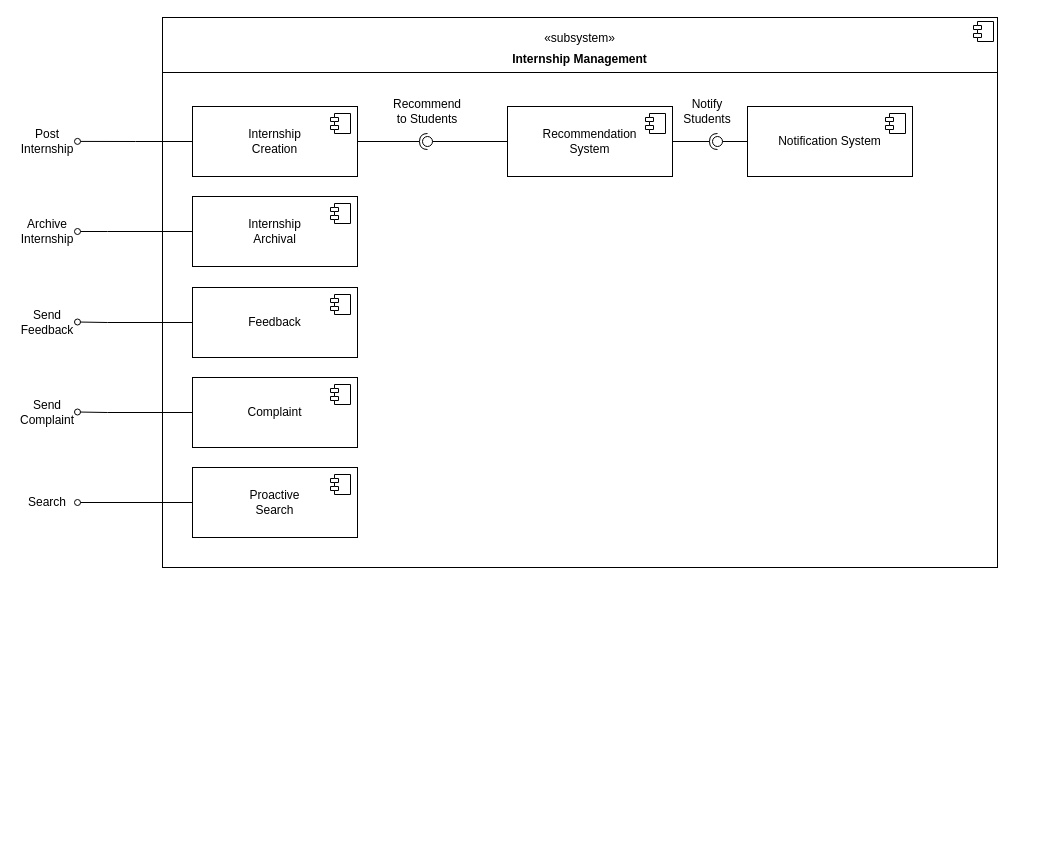
Before: DD/Misc/Component2.drawio in Zero3474/AlkhetiarBonardi, a draw.io diagram. Source tidied: cells renumbered, new cells numbered last; positions are measured from the earlier drawing's top-left corner, leaving out a move shared by most shapes. Both pictures are drawn from the tidied source at 100%, with x=0, y=0 at pixel (17, 17).
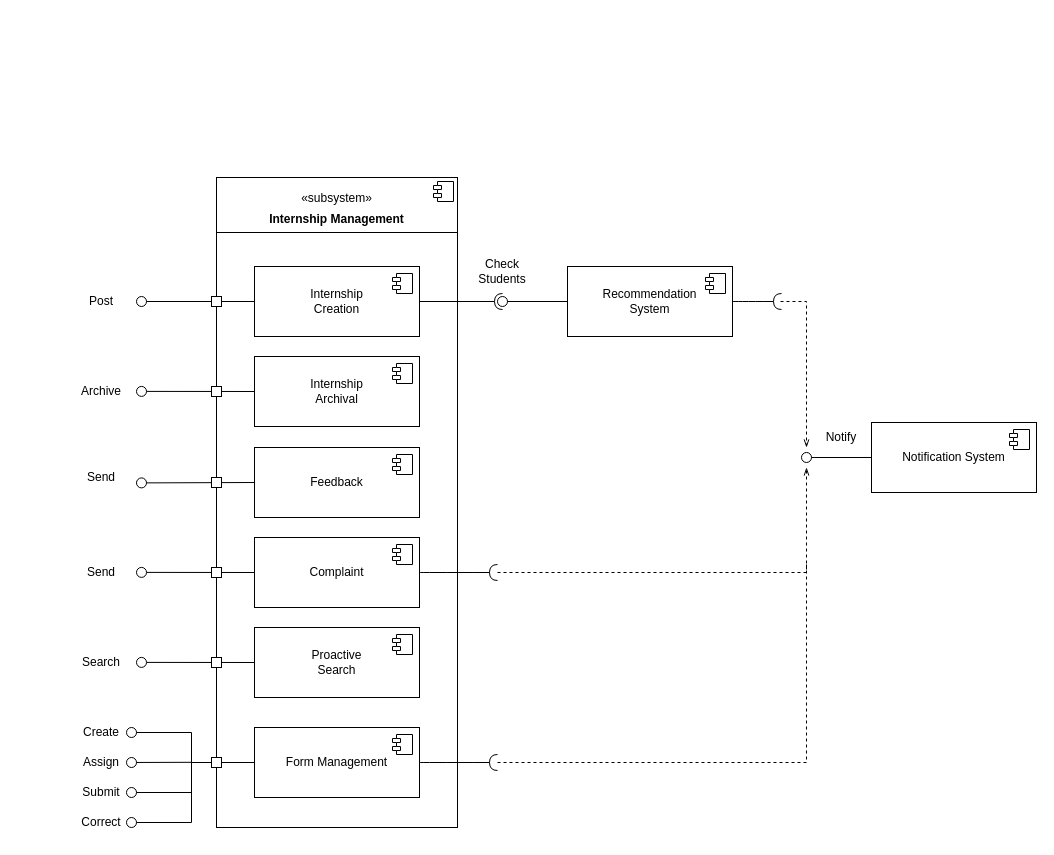
Above is the later version.

Commit message (it also covers changes not shown here):
Updated Component views

The edit, as a diff of the source:
```diff
@@
-    <mxCell id="2" value="&lt;div&gt;&lt;br&gt;&lt;/div&gt;&lt;div align=&quot;center&quot;&gt;«subsystem»&lt;/div&gt;&lt;p style=&quot;margin:0px;margin-top:6px;text-align:center;&quot;&gt;&lt;b&gt;Internship Management&lt;br&gt;&lt;/b&gt;&lt;/p&gt;&lt;hr size=&quot;1&quot; style=&quot;border-style:solid;&quot;&gt;&lt;p style=&quot;margin:0px;margin-left:8px;&quot;&gt;&lt;br&gt;&lt;/p&gt;" style="align=left;overflow=fill;html=1;whiteSpace=wrap;" parent="1" vertex="1">
-      <mxGeometry x="145" width="835" height="550" as="geometry" />
+    <mxCell id="2" value="&lt;div&gt;&lt;br&gt;&lt;/div&gt;&lt;div align=&quot;center&quot;&gt;«subsystem»&lt;/div&gt;&lt;p style=&quot;margin:0px;margin-top:6px;text-align:center;&quot;&gt;&lt;b&gt;Internship Management&lt;br&gt;&lt;/b&gt;&lt;/p&gt;&lt;hr size=&quot;1&quot; style=&quot;border-style:solid;&quot;&gt;&lt;p style=&quot;margin:0px;margin-left:8px;&quot;&gt;&lt;br&gt;&lt;/p&gt;" style="align=left;overflow=fill;html=1;whiteSpace=wrap;rounded=0;" parent="1" vertex="1">
+      <mxGeometry x="199" y="160" width="241" height="650" as="geometry" />
     </mxCell>
-    <mxCell id="3" style="shape=component;jettyWidth=8;jettyHeight=4;" parent="2" vertex="1">
+    <mxCell id="3" style="shape=component;jettyWidth=8;jettyHeight=4;rounded=0;" parent="2" vertex="1">
       <mxGeometry x="1" width="20" height="20" relative="1" as="geometry">
         <mxPoint x="-24" y="4" as="offset" />
       </mxGeometry>
     </mxCell>
-    <mxCell id="4" style="edgeStyle=orthogonalEdgeStyle;rounded=0;jettySize=auto;html=1;exitX=0;exitY=0.5;exitDx=0;exitDy=0;endArrow=oval;endFill=0;" parent="1" edge="1" source="5">
-      <mxGeometry relative="1" as="geometry">
-        <mxPoint x="60" y="123.9" as="targetPoint" />
-      </mxGeometry>
-    </mxCell>
-    <mxCell id="5" value="&lt;div&gt;Internship&lt;/div&gt;&lt;div&gt;Creation&lt;/div&gt;" style="html=1;whiteSpace=wrap;" parent="1" vertex="1">
-      <mxGeometry x="175" y="89" width="165" height="70" as="geometry" />
+    <mxCell id="5" value="&lt;div&gt;Internship&lt;/div&gt;&lt;div&gt;Creation&lt;/div&gt;" style="html=1;whiteSpace=wrap;rounded=0;" parent="1" vertex="1">
+      <mxGeometry x="237" y="249" width="165" height="70" as="geometry" />
     </mxCell>
-    <mxCell id="6" style="shape=module;jettyWidth=8;jettyHeight=4;" parent="5" vertex="1">
+    <mxCell id="6" style="shape=module;jettyWidth=8;jettyHeight=4;rounded=0;" parent="5" vertex="1">
       <mxGeometry x="1" width="20" height="20" relative="1" as="geometry">
         <mxPoint x="-27" y="7" as="offset" />
       </mxGeometry>
     </mxCell>
-    <mxCell id="7" value="&lt;div&gt;Internship&lt;/div&gt;&lt;div&gt;Archival&lt;/div&gt;" style="html=1;whiteSpace=wrap;" parent="1" vertex="1">
-      <mxGeometry x="175" y="179" width="165" height="70" as="geometry" />
+    <mxCell id="7" value="&lt;div&gt;Internship&lt;/div&gt;&lt;div&gt;Archival&lt;/div&gt;" style="html=1;whiteSpace=wrap;rounded=0;" parent="1" vertex="1">
+      <mxGeometry x="237" y="339" width="165" height="70" as="geometry" />
     </mxCell>
-    <mxCell id="8" style="shape=module;jettyWidth=8;jettyHeight=4;" parent="7" vertex="1">
+    <mxCell id="8" style="shape=module;jettyWidth=8;jettyHeight=4;rounded=0;" parent="7" vertex="1">
       <mxGeometry x="1" width="20" height="20" relative="1" as="geometry">
         <mxPoint x="-27" y="7" as="offset" />
       </mxGeometry>
     </mxCell>
-    <mxCell id="9" value="&lt;div&gt;Recommendation&lt;/div&gt;&lt;div&gt;System&lt;br&gt;&lt;/div&gt;" style="html=1;whiteSpace=wrap;" parent="1" vertex="1">
-      <mxGeometry x="490" y="89" width="165" height="70" as="geometry" />
+    <mxCell id="9" value="&lt;div&gt;Recommendation&lt;/div&gt;&lt;div&gt;System&lt;br&gt;&lt;/div&gt;" style="html=1;whiteSpace=wrap;rounded=0;" parent="1" vertex="1">
+      <mxGeometry x="550" y="249" width="165" height="70" as="geometry" />
     </mxCell>
-    <mxCell id="10" style="shape=module;jettyWidth=8;jettyHeight=4;" parent="9" vertex="1">
+    <mxCell id="10" style="shape=module;jettyWidth=8;jettyHeight=4;rounded=0;" parent="9" vertex="1">
       <mxGeometry x="1" width="20" height="20" relative="1" as="geometry">
         <mxPoint x="-27" y="7" as="offset" />
       </mxGeometry>
     </mxCell>
-    <mxCell id="11" style="edgeStyle=orthogonalEdgeStyle;rounded=0;jettySize=auto;html=1;exitX=0;exitY=0.5;exitDx=0;exitDy=0;endArrow=oval;endFill=0;" parent="1" edge="1" source="7">
-      <mxGeometry relative="1" as="geometry">
-        <mxPoint x="60" y="214" as="targetPoint" />
-        <Array as="points">
-          <mxPoint x="90" y="214" />
-          <mxPoint x="90" y="214" />
-        </Array>
-      </mxGeometry>
-    </mxCell>
-    <mxCell id="12" value="Post Internship" style="text;html=1;align=center;verticalAlign=middle;whiteSpace=wrap;rounded=0;" parent="1" vertex="1">
-      <mxGeometry y="109" width="60" height="30" as="geometry" />
+    <mxCell id="12" value="Post" style="text;html=1;align=center;verticalAlign=middle;whiteSpace=wrap;rounded=0;" parent="1" vertex="1">
+      <mxGeometry x="54" y="269" width="60" height="30" as="geometry" />
     </mxCell>
-    <mxCell id="13" value="Archive Internship" style="text;html=1;align=center;verticalAlign=middle;whiteSpace=wrap;rounded=0;" parent="1" vertex="1">
-      <mxGeometry y="199" width="60" height="30" as="geometry" />
+    <mxCell id="13" value="Archive" style="text;html=1;align=center;verticalAlign=middle;whiteSpace=wrap;rounded=0;" parent="1" vertex="1">
+      <mxGeometry x="54" y="359" width="60" height="30" as="geometry" />
     </mxCell>
-    <mxCell id="14" style="rounded=0;jettySize=auto;html=1;endArrow=halfCircle;endFill=0;endSize=6;strokeWidth=1;sketch=0;exitX=1;exitY=0.5;exitDx=0;exitDy=0;" parent="1" edge="1" source="5" target="16">
+    <mxCell id="14" style="rounded=0;jettySize=auto;html=1;endArrow=halfCircle;endFill=0;endSize=6;strokeWidth=1;exitX=1;exitY=0.5;exitDx=0;exitDy=0;" parent="1" edge="1" source="5" target="16">
       <mxGeometry relative="1" as="geometry" />
     </mxCell>
-    <mxCell id="15" style="rounded=0;jettySize=auto;html=1;endArrow=oval;endFill=0;sketch=0;sourcePerimeterSpacing=0;targetPerimeterSpacing=0;endSize=10;exitX=0;exitY=0.5;exitDx=0;exitDy=0;" parent="1" edge="1" source="9" target="16">
+    <mxCell id="15" style="rounded=0;jettySize=auto;html=1;endArrow=oval;endFill=0;sourcePerimeterSpacing=0;targetPerimeterSpacing=0;endSize=10;exitX=0;exitY=0.5;exitDx=0;exitDy=0;" parent="1" edge="1" source="9" target="16">
       <mxGeometry relative="1" as="geometry" />
     </mxCell>
-    <mxCell id="16" style="ellipse;whiteSpace=wrap;html=1;align=center;fillColor=none;strokeColor=none;perimeter=centerPerimeter;points=[];outlineConnect=1;" parent="1" vertex="1">
-      <mxGeometry x="405" y="119" width="10" height="10" as="geometry" />
+    <mxCell id="16" style="ellipse;whiteSpace=wrap;html=1;align=center;fillColor=none;strokeColor=none;perimeter=centerPerimeter;points=[];outlineConnect=1;rounded=0;" parent="1" vertex="1">
+      <mxGeometry x="480" y="279" width="10" height="10" as="geometry" />
     </mxCell>
-    <mxCell id="17" value="Recommend to Students" style="text;html=1;align=center;verticalAlign=middle;whiteSpace=wrap;rounded=0;" parent="1" vertex="1">
-      <mxGeometry x="380" y="79" width="60" height="30" as="geometry" />
+    <mxCell id="17" value="Check Students" style="text;html=1;align=center;verticalAlign=middle;whiteSpace=wrap;rounded=0;" parent="1" vertex="1">
+      <mxGeometry x="455" y="239" width="60" height="30" as="geometry" />
     </mxCell>
-    <mxCell id="18" value="Notification System" style="html=1;whiteSpace=wrap;" parent="1" vertex="1">
-      <mxGeometry x="730" y="89" width="165" height="70" as="geometry" />
+    <mxCell id="18" value="Notification System" style="html=1;whiteSpace=wrap;rounded=0;" parent="1" vertex="1">
+      <mxGeometry x="854" y="405" width="165" height="70" as="geometry" />
     </mxCell>
-    <mxCell id="19" style="shape=module;jettyWidth=8;jettyHeight=4;" parent="18" vertex="1">
+    <mxCell id="19" style="shape=module;jettyWidth=8;jettyHeight=4;rounded=0;" parent="18" vertex="1">
       <mxGeometry x="1" width="20" height="20" relative="1" as="geometry">
         <mxPoint x="-27" y="7" as="offset" />
       </mxGeometry>
     </mxCell>
-    <mxCell id="20" style="rounded=0;jettySize=auto;html=1;endArrow=halfCircle;endFill=0;endSize=6;strokeWidth=1;sketch=0;exitX=1;exitY=0.5;exitDx=0;exitDy=0;" parent="1" edge="1" source="9" target="22">
-      <mxGeometry relative="1" as="geometry" />
-    </mxCell>
-    <mxCell id="21" style="rounded=0;jettySize=auto;html=1;endArrow=oval;endFill=0;sketch=0;sourcePerimeterSpacing=0;targetPerimeterSpacing=0;endSize=10;exitX=0;exitY=0.5;exitDx=0;exitDy=0;" parent="1" edge="1" source="18" target="22">
+    <mxCell id="21" style="rounded=0;jettySize=auto;html=1;endArrow=oval;endFill=0;sourcePerimeterSpacing=0;targetPerimeterSpacing=0;endSize=10;exitX=0;exitY=0.5;exitDx=0;exitDy=0;" parent="1" edge="1" source="18" target="22">
       <mxGeometry relative="1" as="geometry" />
     </mxCell>
-    <mxCell id="22" style="ellipse;whiteSpace=wrap;html=1;align=center;fillColor=none;strokeColor=none;perimeter=centerPerimeter;points=[];outlineConnect=1;" parent="1" vertex="1">
-      <mxGeometry x="695" y="119" width="10" height="10" as="geometry" />
+    <mxCell id="22" style="ellipse;whiteSpace=wrap;html=1;align=center;fillColor=none;strokeColor=none;perimeter=centerPerimeter;points=[];outlineConnect=1;rounded=0;" parent="1" vertex="1">
+      <mxGeometry x="784" y="435" width="10" height="10" as="geometry" />
     </mxCell>
-    <mxCell id="23" value="&lt;div&gt;Notify&lt;/div&gt;&lt;div&gt;Students&lt;br&gt;&lt;/div&gt;" style="text;html=1;align=center;verticalAlign=middle;whiteSpace=wrap;rounded=0;" parent="1" vertex="1">
-      <mxGeometry x="660" y="79" width="60" height="30" as="geometry" />
+    <mxCell id="23" value="&lt;div&gt;Notify&lt;/div&gt;" style="text;html=1;align=center;verticalAlign=middle;whiteSpace=wrap;rounded=0;" parent="1" vertex="1">
+      <mxGeometry x="794" y="405" width="60" height="30" as="geometry" />
     </mxCell>
-    <mxCell id="24" value="Feedback" style="html=1;whiteSpace=wrap;" parent="1" vertex="1">
-      <mxGeometry x="175" y="270" width="165" height="70" as="geometry" />
+    <mxCell id="24" value="Feedback" style="html=1;whiteSpace=wrap;rounded=0;" parent="1" vertex="1">
+      <mxGeometry x="237" y="430" width="165" height="70" as="geometry" />
     </mxCell>
-    <mxCell id="25" style="shape=module;jettyWidth=8;jettyHeight=4;" parent="24" vertex="1">
+    <mxCell id="25" style="shape=module;jettyWidth=8;jettyHeight=4;rounded=0;" parent="24" vertex="1">
       <mxGeometry x="1" width="20" height="20" relative="1" as="geometry">
         <mxPoint x="-27" y="7" as="offset" />
       </mxGeometry>
     </mxCell>
-    <mxCell id="26" value="Complaint" style="html=1;whiteSpace=wrap;" parent="1" vertex="1">
-      <mxGeometry x="175" y="360" width="165" height="70" as="geometry" />
+    <mxCell id="26" value="Complaint" style="html=1;whiteSpace=wrap;rounded=0;" parent="1" vertex="1">
+      <mxGeometry x="237" y="520" width="165" height="70" as="geometry" />
     </mxCell>
-    <mxCell id="27" style="shape=module;jettyWidth=8;jettyHeight=4;" parent="26" vertex="1">
+    <mxCell id="27" style="shape=module;jettyWidth=8;jettyHeight=4;rounded=0;" parent="26" vertex="1">
       <mxGeometry x="1" width="20" height="20" relative="1" as="geometry">
         <mxPoint x="-27" y="7" as="offset" />
       </mxGeometry>
     </mxCell>
-    <mxCell id="28" style="edgeStyle=orthogonalEdgeStyle;rounded=0;jettySize=auto;html=1;exitX=0;exitY=0.5;exitDx=0;exitDy=0;endArrow=oval;endFill=0;" parent="1" edge="1" source="24">
-      <mxGeometry relative="1" as="geometry">
-        <mxPoint x="60" y="304.5" as="targetPoint" />
-        <Array as="points">
-          <mxPoint x="90" y="305" />
-        </Array>
-      </mxGeometry>
-    </mxCell>
-    <mxCell id="29" style="edgeStyle=orthogonalEdgeStyle;rounded=0;jettySize=auto;html=1;exitX=0;exitY=0.5;exitDx=0;exitDy=0;endArrow=oval;endFill=0;" parent="1" edge="1" source="26">
-      <mxGeometry relative="1" as="geometry">
-        <mxPoint x="60" y="394.5" as="targetPoint" />
-        <Array as="points">
-          <mxPoint x="90" y="395" />
-        </Array>
-      </mxGeometry>
-    </mxCell>
-    <mxCell id="30" value="Send Feedback" style="text;html=1;align=center;verticalAlign=middle;whiteSpace=wrap;rounded=0;" parent="1" vertex="1">
-      <mxGeometry y="290" width="60" height="30" as="geometry" />
+    <mxCell id="30" value="Send" style="text;html=1;align=center;verticalAlign=middle;whiteSpace=wrap;rounded=0;" parent="1" vertex="1">
+      <mxGeometry x="54" y="445" width="60" height="30" as="geometry" />
     </mxCell>
-    <mxCell id="31" value="&lt;div&gt;Send&lt;/div&gt;&lt;div&gt;Complaint&lt;br&gt; &lt;/div&gt;" style="text;html=1;align=center;verticalAlign=middle;whiteSpace=wrap;rounded=0;" parent="1" vertex="1">
-      <mxGeometry y="380" width="60" height="30" as="geometry" />
+    <mxCell id="31" value="&lt;div&gt;Send&lt;/div&gt;" style="text;html=1;align=center;verticalAlign=middle;whiteSpace=wrap;rounded=0;" parent="1" vertex="1">
+      <mxGeometry x="54" y="540" width="60" height="30" as="geometry" />
     </mxCell>
-    <mxCell id="32" value="&lt;div&gt;Proactive&lt;/div&gt;&lt;div&gt;Search&lt;br&gt;&lt;/div&gt;" style="html=1;whiteSpace=wrap;" parent="1" vertex="1">
-      <mxGeometry x="175" y="450" width="165" height="70" as="geometry" />
+    <mxCell id="32" value="&lt;div&gt;Proactive&lt;/div&gt;&lt;div&gt;Search&lt;br&gt;&lt;/div&gt;" style="html=1;whiteSpace=wrap;rounded=0;" parent="1" vertex="1">
+      <mxGeometry x="237" y="610" width="165" height="70" as="geometry" />
     </mxCell>
-    <mxCell id="33" style="shape=module;jettyWidth=8;jettyHeight=4;" parent="32" vertex="1">
+    <mxCell id="33" style="shape=module;jettyWidth=8;jettyHeight=4;rounded=0;" parent="32" vertex="1">
       <mxGeometry x="1" width="20" height="20" relative="1" as="geometry">
         <mxPoint x="-27" y="7" as="offset" />
       </mxGeometry>
     </mxCell>
-    <mxCell id="34" style="edgeStyle=orthogonalEdgeStyle;rounded=0;jettySize=auto;html=1;exitX=0;exitY=0.5;exitDx=0;exitDy=0;endArrow=oval;endFill=0;" parent="1" edge="1" source="32">
-      <mxGeometry relative="1" as="geometry">
-        <mxPoint x="60" y="485" as="targetPoint" />
-        <Array as="points">
-          <mxPoint x="60" y="485" />
-        </Array>
-      </mxGeometry>
-    </mxCell>
     <mxCell id="35" value="Search" style="text;html=1;align=center;verticalAlign=middle;whiteSpace=wrap;rounded=0;" parent="1" vertex="1">
-      <mxGeometry y="470" width="60" height="30" as="geometry" />
+      <mxGeometry x="54" y="630" width="60" height="30" as="geometry" />
     </mxCell>
+    <mxCell id="36" style="rounded=0;jettySize=auto;html=1;endArrow=oval;endFill=0;sourcePerimeterSpacing=0;targetPerimeterSpacing=0;endSize=10;exitX=0;exitY=0.5;exitDx=0;exitDy=0;" parent="1" edge="1" source="5">
+      <mxGeometry relative="1" as="geometry">
+        <mxPoint x="124" y="284" as="targetPoint" />
+      </mxGeometry>
+    </mxCell>
+    <mxCell id="37" style="rounded=0;jettySize=auto;html=1;endArrow=oval;endFill=0;sourcePerimeterSpacing=0;targetPerimeterSpacing=0;endSize=10;exitX=0;exitY=0.5;exitDx=0;exitDy=0;" parent="1" edge="1" source="7">
+      <mxGeometry relative="1" as="geometry">
+        <mxPoint x="124" y="373.9" as="targetPoint" />
+      </mxGeometry>
+    </mxCell>
+    <mxCell id="38" style="rounded=0;jettySize=auto;html=1;endArrow=oval;endFill=0;sourcePerimeterSpacing=0;targetPerimeterSpacing=0;endSize=10;exitX=0;exitY=0.5;exitDx=0;exitDy=0;" parent="1" edge="1" source="24">
+      <mxGeometry relative="1" as="geometry">
+        <mxPoint x="124" y="465.4" as="targetPoint" />
+      </mxGeometry>
+    </mxCell>
+    <mxCell id="39" style="rounded=0;jettySize=auto;html=1;endArrow=oval;endFill=0;sourcePerimeterSpacing=0;targetPerimeterSpacing=0;endSize=10;exitX=0;exitY=0.5;exitDx=0;exitDy=0;" parent="1" edge="1" source="26">
+      <mxGeometry relative="1" as="geometry">
+        <mxPoint x="124" y="554.9" as="targetPoint" />
+      </mxGeometry>
+    </mxCell>
+    <mxCell id="40" style="rounded=0;jettySize=auto;html=1;endArrow=oval;endFill=0;sourcePerimeterSpacing=0;targetPerimeterSpacing=0;endSize=10;exitX=0;exitY=0.5;exitDx=0;exitDy=0;" parent="1" edge="1" source="32">
+      <mxGeometry relative="1" as="geometry">
+        <mxPoint x="124" y="644.9" as="targetPoint" />
+      </mxGeometry>
+    </mxCell>
+    <mxCell id="41" style="whiteSpace=wrap;html=1;rounded=0;" parent="1" vertex="1">
+      <mxGeometry x="194" y="279" width="10" height="10" as="geometry" />
+    </mxCell>
+    <mxCell id="42" style="whiteSpace=wrap;html=1;rounded=0;" parent="1" vertex="1">
+      <mxGeometry x="194" y="369" width="10" height="10" as="geometry" />
+    </mxCell>
+    <mxCell id="43" style="whiteSpace=wrap;html=1;rounded=0;" parent="1" vertex="1">
+      <mxGeometry x="194" y="460" width="10" height="10" as="geometry" />
+    </mxCell>
+    <mxCell id="44" style="whiteSpace=wrap;html=1;rounded=0;" parent="1" vertex="1">
+      <mxGeometry x="194" y="550" width="10" height="10" as="geometry" />
+    </mxCell>
+    <mxCell id="45" style="whiteSpace=wrap;html=1;rounded=0;" parent="1" vertex="1">
+      <mxGeometry x="194" y="640" width="10" height="10" as="geometry" />
+    </mxCell>
+    <mxCell id="46" value="&lt;div&gt;Form Management&lt;/div&gt;" style="html=1;whiteSpace=wrap;rounded=0;" parent="1" vertex="1">
+      <mxGeometry x="237" y="710" width="165" height="70" as="geometry" />
+    </mxCell>
+    <mxCell id="47" style="shape=module;jettyWidth=8;jettyHeight=4;rounded=0;" parent="46" vertex="1">
+      <mxGeometry x="1" width="20" height="20" relative="1" as="geometry">
+        <mxPoint x="-27" y="7" as="offset" />
+      </mxGeometry>
+    </mxCell>
+    <mxCell id="48" value="Create" style="text;html=1;align=center;verticalAlign=middle;whiteSpace=wrap;rounded=0;" parent="1" vertex="1">
+      <mxGeometry x="54" y="700" width="60" height="30" as="geometry" />
+    </mxCell>
+    <mxCell id="49" style="rounded=0;jettySize=auto;html=1;endArrow=oval;endFill=0;sourcePerimeterSpacing=0;targetPerimeterSpacing=0;endSize=10;strokeColor=default;flowAnimation=0;snapToPoint=0;anchorPointDirection=1;fixDash=0;noJump=0;jumpStyle=none;entryX=1;entryY=0.5;entryDx=0;entryDy=0;" parent="1" edge="1" target="48">
+      <mxGeometry relative="1" as="geometry">
+        <mxPoint x="174" y="745" as="sourcePoint" />
+        <Array as="points">
+          <mxPoint x="174" y="715" />
+        </Array>
+      </mxGeometry>
+    </mxCell>
+    <mxCell id="50" value="Assign" style="text;html=1;align=center;verticalAlign=middle;whiteSpace=wrap;rounded=0;" parent="1" vertex="1">
+      <mxGeometry x="54" y="730" width="60" height="30" as="geometry" />
+    </mxCell>
+    <mxCell id="51" style="rounded=0;jettySize=auto;html=1;endArrow=oval;endFill=0;sourcePerimeterSpacing=0;targetPerimeterSpacing=0;endSize=10;exitX=0;exitY=0.5;exitDx=0;exitDy=0;entryX=1;entryY=0.5;entryDx=0;entryDy=0;" parent="1" edge="1" target="50">
+      <mxGeometry relative="1" as="geometry">
+        <mxPoint x="174" y="744.8" as="sourcePoint" />
+      </mxGeometry>
+    </mxCell>
+    <mxCell id="52" style="rounded=0;jettySize=auto;html=1;endArrow=halfCircle;endFill=0;endSize=6;strokeWidth=1;fontSize=12;curved=1;exitX=1;exitY=0.5;exitDx=0;exitDy=0;" parent="1" edge="1" source="9">
+      <mxGeometry relative="1" as="geometry">
+        <mxPoint x="764" y="284" as="targetPoint" />
+      </mxGeometry>
+    </mxCell>
+    <mxCell id="53" style="rounded=0;jettySize=auto;html=1;endArrow=halfCircle;endFill=0;endSize=6;strokeWidth=1;fontSize=12;curved=1;exitX=1;exitY=0.5;exitDx=0;exitDy=0;" parent="1" edge="1" source="26">
+      <mxGeometry relative="1" as="geometry">
+        <mxPoint x="480" y="555" as="targetPoint" />
+      </mxGeometry>
+    </mxCell>
+    <mxCell id="54" style="endArrow=openThin;html=1;rounded=0;dashed=1;endFill=0;" parent="1" edge="1">
+      <mxGeometry relative="1" as="geometry">
+        <mxPoint x="480" y="555" as="sourcePoint" />
+        <mxPoint x="789" y="450" as="targetPoint" />
+        <Array as="points">
+          <mxPoint x="789" y="555" />
+        </Array>
+      </mxGeometry>
+    </mxCell>
+    <mxCell id="55" style="endArrow=openThin;html=1;rounded=0;dashed=1;endFill=0;" parent="1" edge="1">
+      <mxGeometry relative="1" as="geometry">
+        <mxPoint x="763" y="284" as="sourcePoint" />
+        <mxPoint x="789" y="430" as="targetPoint" />
+        <Array as="points">
+          <mxPoint x="789" y="284" />
+        </Array>
+      </mxGeometry>
+    </mxCell>
+    <mxCell id="56" style="rounded=0;jettySize=auto;html=1;endArrow=halfCircle;endFill=0;endSize=6;strokeWidth=1;fontSize=12;curved=1;exitX=1;exitY=0.5;exitDx=0;exitDy=0;" parent="1" edge="1" source="46">
+      <mxGeometry relative="1" as="geometry">
+        <mxPoint x="480" y="745" as="targetPoint" />
+      </mxGeometry>
+    </mxCell>
+    <mxCell id="57" style="endArrow=none;dashed=1;html=1;rounded=0;" parent="1" edge="1">
+      <mxGeometry relative="1" as="geometry">
+        <mxPoint x="480" y="745" as="sourcePoint" />
+        <mxPoint x="789" y="547" as="targetPoint" />
+        <Array as="points">
+          <mxPoint x="789" y="745" />
+        </Array>
+      </mxGeometry>
+    </mxCell>
+    <mxCell id="58" style="endArrow=none;html=1;entryX=0;entryY=0.5;entryDx=0;entryDy=0;" parent="1" edge="1" target="46">
+      <mxGeometry relative="1" as="geometry">
+        <mxPoint x="174" y="745" as="sourcePoint" />
+      </mxGeometry>
+    </mxCell>
+    <mxCell id="59" style="whiteSpace=wrap;html=1;rounded=0;" parent="1" vertex="1">
+      <mxGeometry x="194" y="740" width="10" height="10" as="geometry" />
+    </mxCell>
+    <mxCell id="60" value="Correct" style="text;html=1;align=center;verticalAlign=middle;whiteSpace=wrap;rounded=0;" parent="1" vertex="1">
+      <mxGeometry x="54" y="790" width="60" height="30" as="geometry" />
+    </mxCell>
+    <mxCell id="61" style="rounded=0;jettySize=auto;html=1;endArrow=oval;endFill=0;sourcePerimeterSpacing=0;targetPerimeterSpacing=0;endSize=10;entryX=1;entryY=0.5;entryDx=0;entryDy=0;" parent="1" edge="1" target="60">
+      <mxGeometry relative="1" as="geometry">
+        <mxPoint x="174" y="745" as="sourcePoint" />
+        <Array as="points">
+          <mxPoint x="174" y="805" />
+        </Array>
+      </mxGeometry>
+    </mxCell>
+    <mxCell id="62" value="Submit" style="text;html=1;align=center;verticalAlign=middle;whiteSpace=wrap;rounded=0;" parent="1" vertex="1">
+      <mxGeometry x="54" y="760" width="60" height="30" as="geometry" />
+    </mxCell>
+    <mxCell id="63" style="rounded=0;jettySize=auto;html=1;endArrow=oval;endFill=0;sourcePerimeterSpacing=0;targetPerimeterSpacing=0;endSize=10;entryX=1;entryY=0.5;entryDx=0;entryDy=0;" parent="1" edge="1" target="62">
+      <mxGeometry relative="1" as="geometry">
+        <mxPoint x="174" y="745" as="sourcePoint" />
+        <Array as="points">
+          <mxPoint x="174" y="775" />
+        </Array>
+      </mxGeometry>
+    </mxCell>
```
